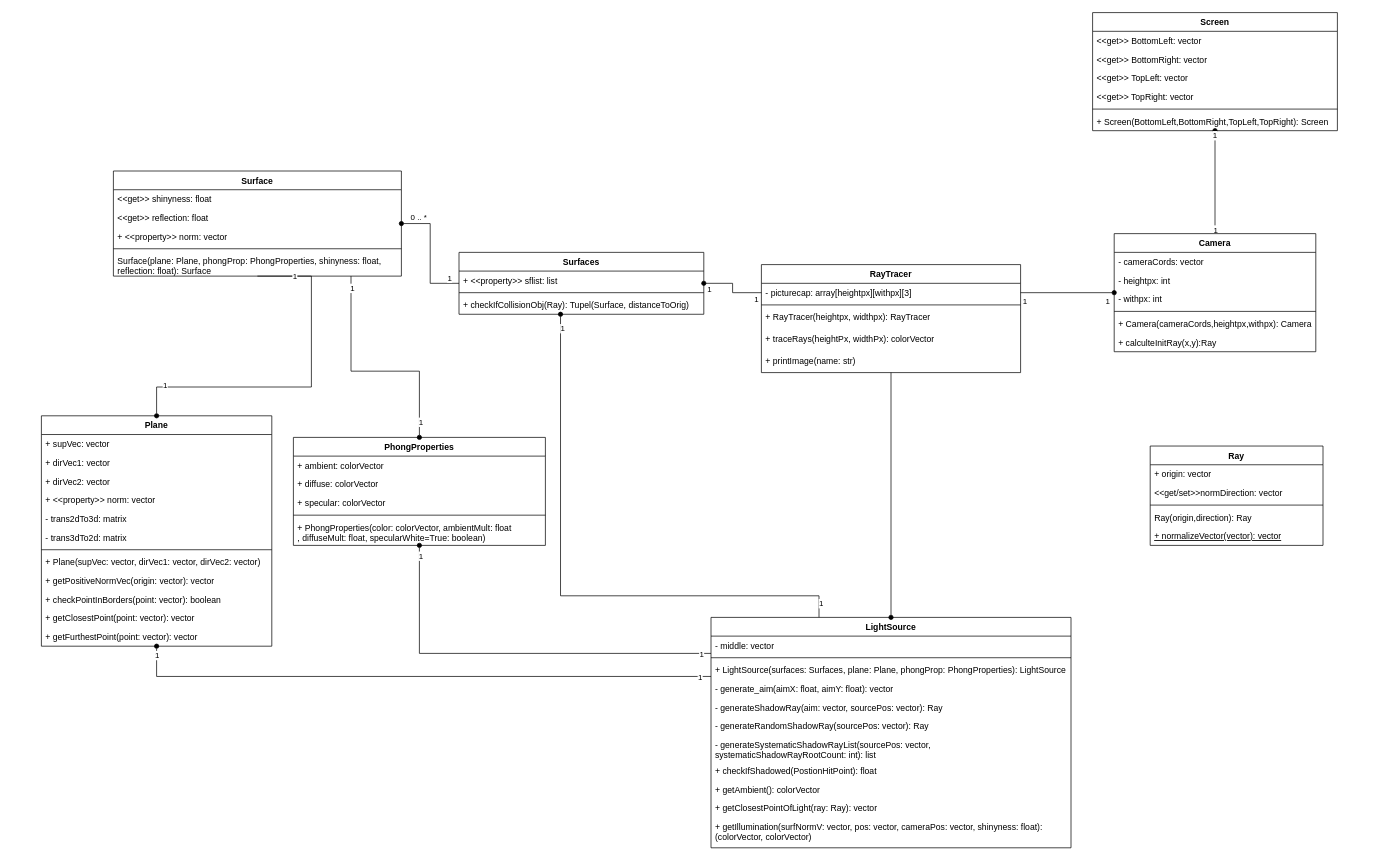
Before: rayclasses.drawio in FreshMax9000/RayTrace, a draw.io diagram. Source tidied: cells renumbered, new cells numbered last; positions are measured from the earlier drawing's top-left corner, leaving out a move shared by most shapes. Both pictures are drawn from the tidied source at 72%, with x=0, y=0 at pixel (41, 12).
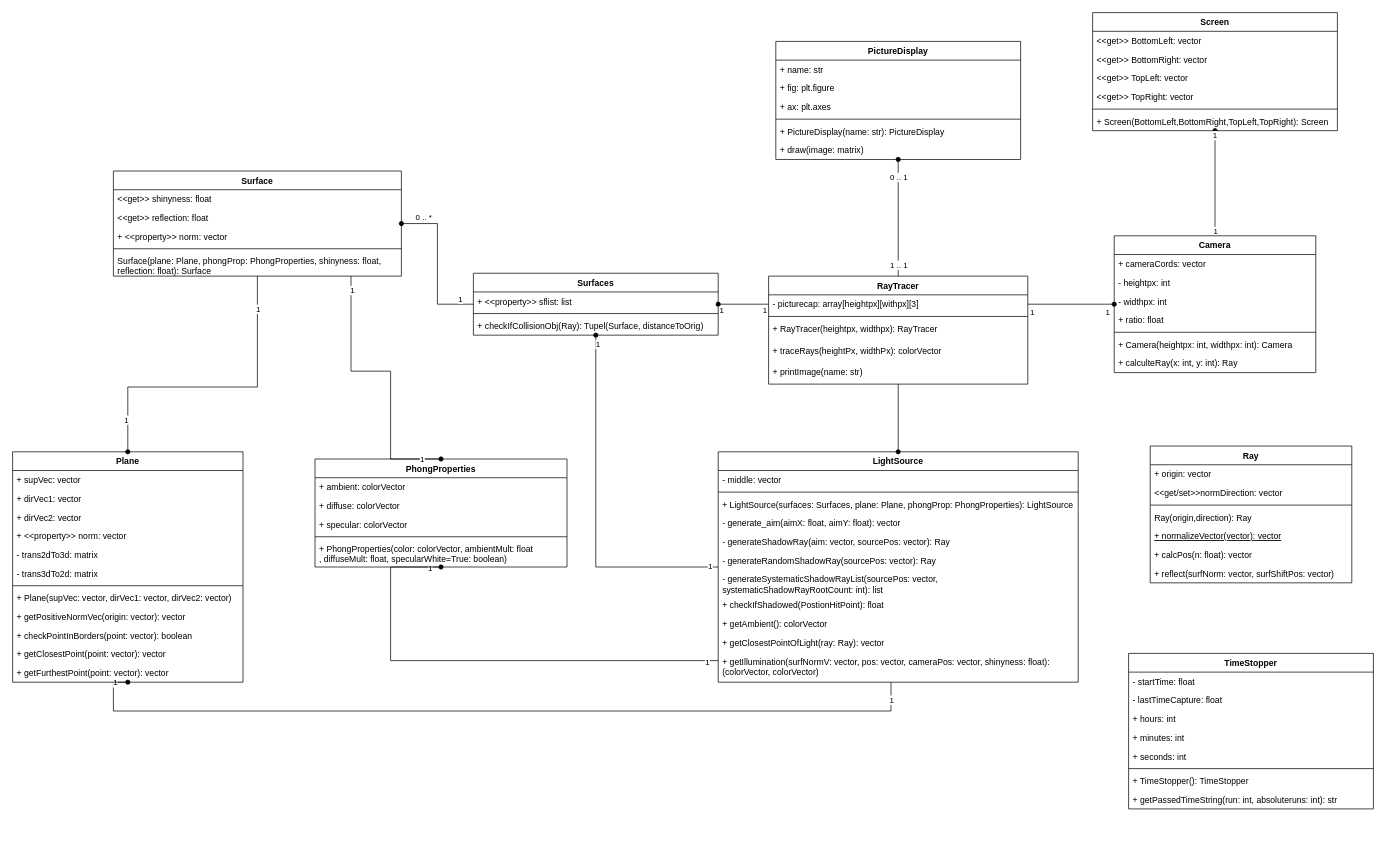
Above is the later version.

Commit message:
Updated class diagram

Unchanged cells that the change refers to:
```xml
<mxCell id="5" value="Surface" style="swimlane;fontStyle=1;align=center;verticalAlign=top;horizontal=1;startSize=26;" parent="1" vertex="1">
  <mxGeometry x="100" y="220" width="400" height="146" as="geometry" />
</mxCell>
```

Diff of the diagram source:
```diff
@@
     <mxCell id="11" value="Ray" style="swimlane;fontStyle=1;align=center;verticalAlign=top;horizontal=1;startSize=26;" parent="1" vertex="1">
-      <mxGeometry x="1540" y="602" width="240" height="138" as="geometry" />
+      <mxGeometry x="1540" y="602" width="280" height="190" as="geometry" />
     </mxCell>
     <mxCell id="12" value="+ origin: vector&#10;" style="text;strokeColor=none;fillColor=none;align=left;verticalAlign=top;spacingLeft=4;spacingRight=4;overflow=hidden;" parent="11" vertex="1">
-      <mxGeometry y="26" width="240" height="26" as="geometry" />
+      <mxGeometry y="26" width="280" height="26" as="geometry" />
     </mxCell>
     <mxCell id="13" value="&lt;&lt;get/set&gt;&gt;normDirection: vector" style="text;strokeColor=none;fillColor=none;align=left;verticalAlign=top;spacingLeft=4;spacingRight=4;overflow=hidden;" parent="11" vertex="1">
-      <mxGeometry y="52" width="240" height="26" as="geometry" />
+      <mxGeometry y="52" width="280" height="26" as="geometry" />
     </mxCell>
     <mxCell id="14" style="line;strokeWidth=1;fillColor=none;align=left;verticalAlign=middle;spacingTop=-1;spacingLeft=3;spacingRight=3;labelPosition=right;" parent="11" vertex="1">
-      <mxGeometry y="78" width="240" height="8" as="geometry" />
+      <mxGeometry y="78" width="280" height="8" as="geometry" />
     </mxCell>
     <mxCell id="15" value="Ray(origin,direction): Ray" style="text;strokeColor=none;fillColor=none;align=left;verticalAlign=top;spacingLeft=4;spacingRight=4;overflow=hidden;" parent="11" vertex="1">
-      <mxGeometry y="86" width="240" height="26" as="geometry" />
+      <mxGeometry y="86" width="280" height="26" as="geometry" />
     </mxCell>
     <mxCell id="16" value="+ normalizeVector(vector): vector" style="text;strokeColor=none;fillColor=none;align=left;verticalAlign=top;spacingLeft=4;spacingRight=4;overflow=hidden;fontStyle=4;" parent="11" vertex="1">
-      <mxGeometry y="112" width="240" height="26" as="geometry" />
+      <mxGeometry y="112" width="280" height="26" as="geometry" />
     </mxCell>
+    <mxCell id="97" value="+ calcPos(n: float): vector" style="text;strokeColor=none;fillColor=none;align=left;verticalAlign=top;spacingLeft=4;spacingRight=4;overflow=hidden;" parent="11" vertex="1">
+      <mxGeometry y="138" width="280" height="26" as="geometry" />
+    </mxCell>
+    <mxCell id="98" value="+ reflect(surfNorm: vector, surfShiftPos: vector)" style="text;strokeColor=none;fillColor=none;align=left;verticalAlign=top;spacingLeft=4;spacingRight=4;overflow=hidden;" parent="11" vertex="1">
+      <mxGeometry y="164" width="280" height="26" as="geometry" />
+    </mxCell>
@@
+    <mxCell id="99" style="edgeStyle=orthogonalEdgeStyle;rounded=0;jettySize=auto;html=1;endArrow=oval;endFill=1;" parent="1" edge="1" source="24" target="112">
+      <mxGeometry relative="1" as="geometry" />
+    </mxCell>
+    <mxCell id="100" value="0 .. 1" style="edgeLabel;html=1;align=center;verticalAlign=middle;" parent="99" vertex="1">
+      <mxGeometry x="0.71" relative="1" as="geometry">
+        <mxPoint y="1" as="offset" />
+      </mxGeometry>
+    </mxCell>
+    <mxCell id="101" value="1 .. 1" style="edgeLabel;html=1;align=center;verticalAlign=middle;" parent="99" vertex="1">
+      <mxGeometry x="-0.79" relative="1" as="geometry">
+        <mxPoint y="1" as="offset" />
+      </mxGeometry>
+    </mxCell>
     <mxCell id="24" value="RayTracer" style="swimlane;fontStyle=1;align=center;verticalAlign=top;horizontal=1;startSize=26;" parent="1" vertex="1">
-      <mxGeometry x="1000" y="350" width="360" height="150" as="geometry" />
+      <mxGeometry x="1010" y="366" width="360" height="150" as="geometry" />
     </mxCell>
@@
     <mxCell id="33" value="Camera" style="swimlane;fontStyle=1;align=center;verticalAlign=top;horizontal=1;startSize=26;" parent="1" vertex="1">
-      <mxGeometry x="1490" y="307" width="280" height="164" as="geometry" />
+      <mxGeometry x="1490" y="310" width="280" height="190" as="geometry" />
     </mxCell>
-    <mxCell id="34" value="- cameraCords: vector" style="text;strokeColor=none;fillColor=none;align=left;verticalAlign=top;spacingLeft=4;spacingRight=4;overflow=hidden;" parent="33" vertex="1">
+    <mxCell id="34" value="+ cameraCords: vector" style="text;strokeColor=none;fillColor=none;align=left;verticalAlign=top;spacingLeft=4;spacingRight=4;overflow=hidden;" parent="33" vertex="1">
       <mxGeometry y="26" width="280" height="26" as="geometry" />
     </mxCell>
@@
-    <mxCell id="36" value="- withpx: int&#10;" style="text;strokeColor=none;fillColor=none;align=left;verticalAlign=top;spacingLeft=4;spacingRight=4;overflow=hidden;" parent="33" vertex="1">
+    <mxCell id="36" value="- widthpx: int&#10;" style="text;strokeColor=none;fillColor=none;align=left;verticalAlign=top;spacingLeft=4;spacingRight=4;overflow=hidden;" parent="33" vertex="1">
       <mxGeometry y="78" width="280" height="26" as="geometry" />
     </mxCell>
+    <mxCell id="102" value="+ ratio: float" style="text;strokeColor=none;fillColor=none;align=left;verticalAlign=top;spacingLeft=4;spacingRight=4;overflow=hidden;" parent="33" vertex="1">
+      <mxGeometry y="104" width="280" height="26" as="geometry" />
+    </mxCell>
     <mxCell id="37" style="line;strokeWidth=1;fillColor=none;align=left;verticalAlign=middle;spacingTop=-1;spacingLeft=3;spacingRight=3;labelPosition=right;" parent="33" vertex="1">
-      <mxGeometry y="104" width="280" height="8" as="geometry" />
+      <mxGeometry y="130" width="280" height="8" as="geometry" />
     </mxCell>
-    <mxCell id="38" value="+ Camera(cameraCords,heightpx,withpx): Camera" style="text;strokeColor=none;fillColor=none;align=left;verticalAlign=top;spacingLeft=4;spacingRight=4;overflow=hidden;" parent="33" vertex="1">
-      <mxGeometry y="112" width="280" height="26" as="geometry" />
+    <mxCell id="38" value="+ Camera(heightpx: int, widthpx: int): Camera" style="text;strokeColor=none;fillColor=none;align=left;verticalAlign=top;spacingLeft=4;spacingRight=4;overflow=hidden;" parent="33" vertex="1">
+      <mxGeometry y="138" width="280" height="26" as="geometry" />
     </mxCell>
-    <mxCell id="39" value="+ calculteInitRay(x,y):Ray" style="text;strokeColor=none;fillColor=none;align=left;verticalAlign=top;spacingLeft=4;spacingRight=4;overflow=hidden;" parent="33" vertex="1">
-      <mxGeometry y="138" width="280" height="26" as="geometry" />
+    <mxCell id="39" value="+ calculteRay(x: int, y: int): Ray" style="text;strokeColor=none;fillColor=none;align=left;verticalAlign=top;spacingLeft=4;spacingRight=4;overflow=hidden;" parent="33" vertex="1">
+      <mxGeometry y="164" width="280" height="26" as="geometry" />
     </mxCell>
     <mxCell id="40" value="Surfaces" style="swimlane;fontStyle=1;align=center;verticalAlign=top;horizontal=1;startSize=26;" parent="1" vertex="1">
-      <mxGeometry x="580" y="333" width="340" height="86" as="geometry" />
+      <mxGeometry x="600" y="362" width="340" height="86" as="geometry" />
     </mxCell>
@@
     <mxCell id="44" style="edgeStyle=orthogonalEdgeStyle;rounded=0;jettySize=auto;html=1;startArrow=none;startFill=0;endArrow=oval;endFill=1;" parent="1" edge="1" source="72" target="40">
       <mxGeometry relative="1" as="geometry">
         <Array as="points">
-          <mxPoint x="1080" y="810" />
-          <mxPoint x="721" y="810" />
+          <mxPoint x="770" y="770" />
         </Array>
       </mxGeometry>
     </mxCell>
@@
     <mxCell id="53" style="edgeStyle=orthogonalEdgeStyle;rounded=0;jettySize=auto;html=1;exitX=0.5;exitY=1;exitDx=0;exitDy=0;startArrow=oval;startFill=1;endArrow=none;endFill=0;" parent="1" edge="1" source="56" target="72">
       <mxGeometry relative="1" as="geometry">
         <Array as="points">
-          <mxPoint x="160" y="922" />
+          <mxPoint x="100" y="930" />
+          <mxPoint x="100" y="970" />
+          <mxPoint x="1180" y="970" />
         </Array>
       </mxGeometry>
     </mxCell>
@@
     <mxCell id="56" value="Plane" style="swimlane;fontStyle=1;align=center;verticalAlign=top;horizontal=1;startSize=26;" parent="1" vertex="1">
-      <mxGeometry y="560" width="320" height="320" as="geometry" />
+      <mxGeometry x="-40" y="610" width="320" height="320" as="geometry" />
     </mxCell>
@@
     <mxCell id="69" style="edgeStyle=orthogonalEdgeStyle;rounded=0;jettySize=auto;html=1;exitX=0.5;exitY=1;exitDx=0;exitDy=0;startArrow=none;startFill=0;endArrow=oval;endFill=1;entryX=0.5;entryY=0;entryDx=0;entryDy=0;" parent="1" edge="1" source="5" target="56">
       <mxGeometry relative="1" as="geometry">
         <Array as="points">
-          <mxPoint x="375" y="520" />
-          <mxPoint x="160" y="520" />
+          <mxPoint x="300" y="520" />
+          <mxPoint x="120" y="520" />
         </Array>
       </mxGeometry>
     </mxCell>
@@
     <mxCell id="72" value="LightSource" style="swimlane;fontStyle=1;align=center;verticalAlign=top;horizontal=1;startSize=26;" parent="1" vertex="1">
-      <mxGeometry x="930" y="840" width="500" height="320" as="geometry" />
+      <mxGeometry x="940" y="610" width="500" height="320" as="geometry" />
     </mxCell>
@@
     <mxCell id="84" style="edgeStyle=orthogonalEdgeStyle;rounded=0;jettySize=auto;html=1;exitX=0.5;exitY=1;exitDx=0;exitDy=0;startArrow=oval;startFill=1;endArrow=none;endFill=0;" parent="1" edge="1" source="87" target="72">
       <mxGeometry relative="1" as="geometry">
         <Array as="points">
-          <mxPoint x="525" y="890" />
+          <mxPoint x="485" y="770" />
+          <mxPoint x="485" y="900" />
         </Array>
       </mxGeometry>
     </mxCell>
@@
     <mxCell id="87" value="PhongProperties" style="swimlane;fontStyle=1;align=center;verticalAlign=top;horizontal=1;startSize=26;" parent="1" vertex="1">
-      <mxGeometry x="350" y="590" width="350" height="150" as="geometry" />
+      <mxGeometry x="380" y="620" width="350" height="150" as="geometry" />
     </mxCell>
@@
     <mxCell id="93" style="edgeStyle=orthogonalEdgeStyle;rounded=0;jettySize=auto;html=1;exitX=0.5;exitY=0;exitDx=0;exitDy=0;startArrow=oval;startFill=1;endArrow=none;endFill=0;" parent="1" edge="1" source="87" target="5">
       <mxGeometry relative="1" as="geometry">
         <Array as="points">
-          <mxPoint x="525" y="498" />
+          <mxPoint x="485" y="498" />
           <mxPoint x="430" y="498" />
         </Array>
       </mxGeometry>
     </mxCell>
@@
+    <mxCell id="103" value="TimeStopper" style="swimlane;fontStyle=1;align=center;verticalAlign=top;horizontal=1;startSize=26;" parent="1" vertex="1">
+      <mxGeometry x="1510" y="890" width="340" height="216" as="geometry" />
+    </mxCell>
+    <mxCell id="104" value="- startTime: float" style="text;strokeColor=none;fillColor=none;align=left;verticalAlign=top;spacingLeft=4;spacingRight=4;overflow=hidden;" parent="103" vertex="1">
+      <mxGeometry y="26" width="340" height="26" as="geometry" />
+    </mxCell>
+    <mxCell id="105" value="- lastTimeCapture: float" style="text;strokeColor=none;fillColor=none;align=left;verticalAlign=top;spacingLeft=4;spacingRight=4;overflow=hidden;" parent="103" vertex="1">
+      <mxGeometry y="52" width="340" height="26" as="geometry" />
+    </mxCell>
+    <mxCell id="106" value="+ hours: int" style="text;strokeColor=none;fillColor=none;align=left;verticalAlign=top;spacingLeft=4;spacingRight=4;overflow=hidden;" parent="103" vertex="1">
+      <mxGeometry y="78" width="340" height="26" as="geometry" />
+    </mxCell>
+    <mxCell id="107" value="+ minutes: int" style="text;strokeColor=none;fillColor=none;align=left;verticalAlign=top;spacingLeft=4;spacingRight=4;overflow=hidden;" parent="103" vertex="1">
+      <mxGeometry y="104" width="340" height="26" as="geometry" />
+    </mxCell>
+    <mxCell id="108" value="+ seconds: int" style="text;strokeColor=none;fillColor=none;align=left;verticalAlign=top;spacingLeft=4;spacingRight=4;overflow=hidden;" parent="103" vertex="1">
+      <mxGeometry y="130" width="340" height="26" as="geometry" />
+    </mxCell>
+    <mxCell id="109" style="line;strokeWidth=1;fillColor=none;align=left;verticalAlign=middle;spacingTop=-1;spacingLeft=3;spacingRight=3;labelPosition=right;" parent="103" vertex="1">
+      <mxGeometry y="156" width="340" height="8" as="geometry" />
+    </mxCell>
+    <mxCell id="110" value="+ TimeStopper(): TimeStopper" style="text;strokeColor=none;fillColor=none;align=left;verticalAlign=top;spacingLeft=4;spacingRight=4;overflow=hidden;" parent="103" vertex="1">
+      <mxGeometry y="164" width="340" height="26" as="geometry" />
+    </mxCell>
+    <mxCell id="111" value="+ getPassedTimeString(run: int, absoluteruns: int): str" style="text;strokeColor=none;fillColor=none;align=left;verticalAlign=top;spacingLeft=4;spacingRight=4;overflow=hidden;" parent="103" vertex="1">
+      <mxGeometry y="190" width="340" height="26" as="geometry" />
+    </mxCell>
+    <mxCell id="112" value="PictureDisplay" style="swimlane;fontStyle=1;align=center;verticalAlign=top;horizontal=1;startSize=26;" parent="1" vertex="1">
+      <mxGeometry x="1020" y="40" width="340" height="164" as="geometry" />
+    </mxCell>
+    <mxCell id="113" value="+ name: str" style="text;strokeColor=none;fillColor=none;align=left;verticalAlign=top;spacingLeft=4;spacingRight=4;overflow=hidden;" parent="112" vertex="1">
+      <mxGeometry y="26" width="340" height="26" as="geometry" />
+    </mxCell>
+    <mxCell id="114" value="+ fig: plt.figure" style="text;strokeColor=none;fillColor=none;align=left;verticalAlign=top;spacingLeft=4;spacingRight=4;overflow=hidden;" parent="112" vertex="1">
+      <mxGeometry y="52" width="340" height="26" as="geometry" />
+    </mxCell>
+    <mxCell id="115" value="+ ax: plt.axes" style="text;strokeColor=none;fillColor=none;align=left;verticalAlign=top;spacingLeft=4;spacingRight=4;overflow=hidden;" parent="112" vertex="1">
+      <mxGeometry y="78" width="340" height="26" as="geometry" />
+    </mxCell>
+    <mxCell id="116" style="line;strokeWidth=1;fillColor=none;align=left;verticalAlign=middle;spacingTop=-1;spacingLeft=3;spacingRight=3;labelPosition=right;" parent="112" vertex="1">
+      <mxGeometry y="104" width="340" height="8" as="geometry" />
+    </mxCell>
+    <mxCell id="117" value="+ PictureDisplay(name: str): PictureDisplay" style="text;strokeColor=none;fillColor=none;align=left;verticalAlign=top;spacingLeft=4;spacingRight=4;overflow=hidden;" parent="112" vertex="1">
+      <mxGeometry y="112" width="340" height="26" as="geometry" />
+    </mxCell>
+    <mxCell id="118" value="+ draw(image: matrix)" style="text;strokeColor=none;fillColor=none;align=left;verticalAlign=top;spacingLeft=4;spacingRight=4;overflow=hidden;" parent="112" vertex="1">
+      <mxGeometry y="138" width="340" height="26" as="geometry" />
+    </mxCell>
```
